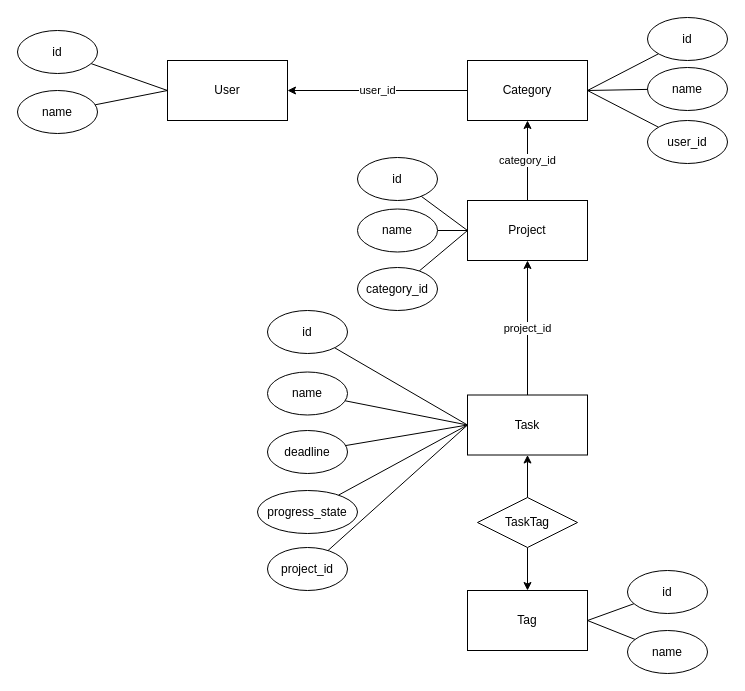
Before: kadai3.drawio in Yuki-Hideo/data-modeling_sql, a draw.io diagram. Source tidied: cells renumbered, new cells numbered last; positions are measured from the earlier drawing's top-left corner, leaving out a move shared by most shapes. Both pictures are drawn from the tidied source at 100%, with x=0, y=0 at pixel (17, 17).
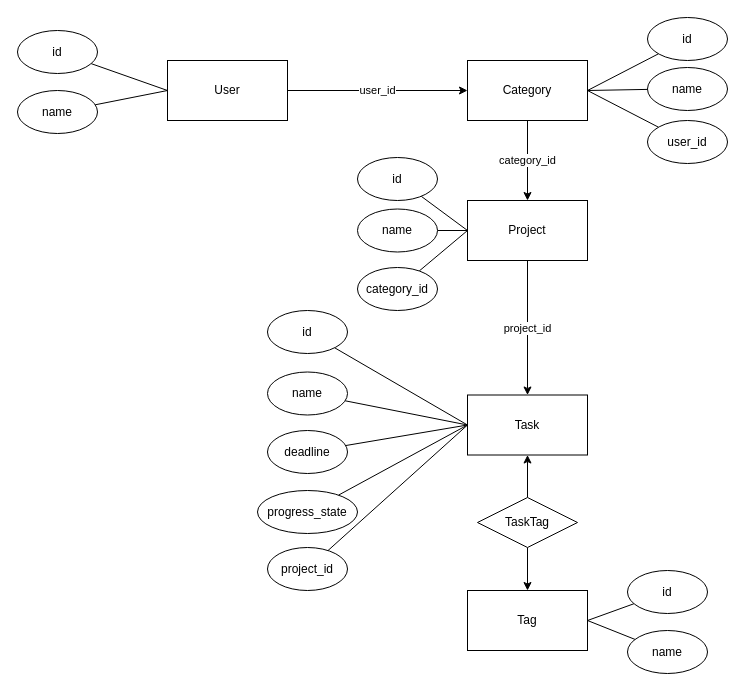
After the change.

Commit message:
kadai3.drawio を更新します

The change refers to these unchanged cells:
```xml
<mxCell id="2" value="User" style="rounded=0;whiteSpace=wrap;html=1;" parent="1" vertex="1">
  <mxGeometry x="150" y="43" width="120" height="60" as="geometry" />
</mxCell>
<mxCell id="4" value="Task" style="rounded=0;whiteSpace=wrap;html=1;" parent="1" vertex="1">
  <mxGeometry x="450" y="377.5" width="120" height="60" as="geometry" />
</mxCell>
<mxCell id="6" value="Project" style="rounded=0;whiteSpace=wrap;html=1;" parent="1" vertex="1">
  <mxGeometry x="450" y="183" width="120" height="60" as="geometry" />
</mxCell>
<mxCell id="8" value="Category" style="rounded=0;whiteSpace=wrap;html=1;" parent="1" vertex="1">
  <mxGeometry x="450" y="43" width="120" height="60" as="geometry" />
</mxCell>
```

Diff of the diagram source:
```diff
@@
-    <mxCell id="3" value="project_id" style="edgeStyle=orthogonalEdgeStyle;rounded=0;jettySize=auto;html=1;entryX=0.5;entryY=1;entryDx=0;entryDy=0;" parent="1" edge="1" source="4" target="6">
+    <mxCell id="3" value="project_id" style="edgeStyle=orthogonalEdgeStyle;rounded=0;jettySize=auto;html=1;entryX=0.5;entryY=1;entryDx=0;entryDy=0;startArrow=classic;startFill=1;endArrow=none;endFill=0;" parent="1" edge="1" source="4" target="6">
       <mxGeometry relative="1" as="geometry" />
     </mxCell>
@@
-    <mxCell id="5" value="category_id" style="edgeStyle=orthogonalEdgeStyle;rounded=0;jettySize=auto;html=1;entryX=0.5;entryY=1;entryDx=0;entryDy=0;" parent="1" edge="1" source="6" target="8">
+    <mxCell id="5" value="category_id" style="edgeStyle=orthogonalEdgeStyle;rounded=0;jettySize=auto;html=1;entryX=0.5;entryY=1;entryDx=0;entryDy=0;startArrow=classic;startFill=1;endArrow=none;endFill=0;" parent="1" edge="1" source="6" target="8">
       <mxGeometry relative="1" as="geometry" />
     </mxCell>
@@
-    <mxCell id="7" value="user_id" style="edgeStyle=orthogonalEdgeStyle;rounded=0;jettySize=auto;html=1;" parent="1" edge="1" source="8" target="2">
+    <mxCell id="7" value="user_id" style="edgeStyle=orthogonalEdgeStyle;rounded=0;jettySize=auto;html=1;endArrow=none;endFill=0;startArrow=classic;startFill=1;" parent="1" edge="1" source="8" target="2">
       <mxGeometry relative="1" as="geometry" />
     </mxCell>
```
